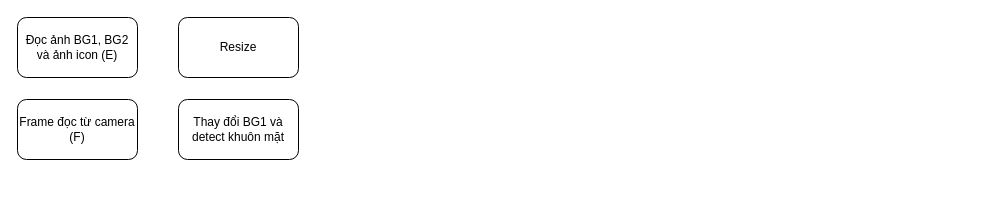
LENHUY200303/love keeps this draw.io diagram as Untitled Diagram.drawio. Above is the earlier version. Source tidied: cells renumbered, new cells numbered last; positions are measured from the earlier drawing's top-left corner, leaving out a move shared by most shapes. Both pictures are drawn from the tidied source at 100%, with x=0, y=0 at pixel (17, 17).
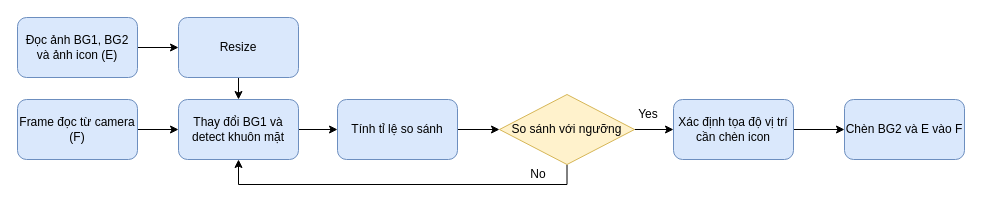
The same page after the edit.

What changed in the source:
```diff
@@
 <mxGraphModel>
   <root>
     <mxCell id="0" />
     <mxCell id="1" parent="0" />
+    <mxCell id="6" style="edgeStyle=orthogonalEdgeStyle;rounded=0;jettySize=auto;html=1;" parent="1" edge="1" source="2" target="5">
+      <mxGeometry relative="1" as="geometry" />
+    </mxCell>
-    <mxCell id="2" value="Frame đọc từ camera (F)" style="rounded=1;whiteSpace=wrap;html=1;" parent="1" vertex="1">
+    <mxCell id="2" value="Frame đọc từ camera (F)" style="rounded=1;whiteSpace=wrap;html=1;fillColor=#dae8fc;strokeColor=#6c8ebf;" parent="1" vertex="1">
       <mxGeometry y="82" width="120" height="60" as="geometry" />
     </mxCell>
+    <mxCell id="7" style="edgeStyle=orthogonalEdgeStyle;rounded=0;jettySize=auto;html=1;" parent="1" edge="1" source="3" target="4">
+      <mxGeometry relative="1" as="geometry" />
+    </mxCell>
-    <mxCell id="3" value="Đọc ảnh BG1, BG2 và ảnh icon (E)" style="rounded=1;whiteSpace=wrap;html=1;" parent="1" vertex="1">
+    <mxCell id="3" value="Đọc ảnh BG1, BG2 và ảnh icon (E)" style="rounded=1;whiteSpace=wrap;html=1;fillColor=#dae8fc;strokeColor=#6c8ebf;" parent="1" vertex="1">
       <mxGeometry width="120" height="60" as="geometry" />
     </mxCell>
+    <mxCell id="8" style="edgeStyle=orthogonalEdgeStyle;rounded=0;jettySize=auto;html=1;" parent="1" edge="1" source="4" target="5">
+      <mxGeometry relative="1" as="geometry" />
+    </mxCell>
-    <mxCell id="4" value="Resize" style="rounded=1;whiteSpace=wrap;html=1;" parent="1" vertex="1">
+    <mxCell id="4" value="Resize" style="rounded=1;whiteSpace=wrap;html=1;fillColor=#dae8fc;strokeColor=#6c8ebf;" parent="1" vertex="1">
       <mxGeometry x="161" width="120" height="60" as="geometry" />
     </mxCell>
+    <mxCell id="9" style="edgeStyle=orthogonalEdgeStyle;rounded=0;jettySize=auto;html=1;" parent="1" edge="1" source="5" target="11">
+      <mxGeometry relative="1" as="geometry" />
+    </mxCell>
-    <mxCell id="5" value="Thay đổi BG1 và detect khuôn mặt" style="rounded=1;whiteSpace=wrap;html=1;" parent="1" vertex="1">
+    <mxCell id="5" value="Thay đổi BG1 và detect khuôn mặt" style="rounded=1;whiteSpace=wrap;html=1;fillColor=#dae8fc;strokeColor=#6c8ebf;" parent="1" vertex="1">
       <mxGeometry x="161" y="82" width="120" height="60" as="geometry" />
     </mxCell>
+    <mxCell id="10" style="edgeStyle=orthogonalEdgeStyle;rounded=0;jettySize=auto;html=1;" parent="1" edge="1" source="11" target="14">
+      <mxGeometry relative="1" as="geometry" />
+    </mxCell>
+    <mxCell id="11" value="Tính tỉ lệ so sánh" style="rounded=1;whiteSpace=wrap;html=1;fillColor=#dae8fc;strokeColor=#6c8ebf;" parent="1" vertex="1">
+      <mxGeometry x="320" y="82" width="120" height="60" as="geometry" />
+    </mxCell>
+    <mxCell id="12" style="edgeStyle=orthogonalEdgeStyle;rounded=0;jettySize=auto;html=1;" parent="1" edge="1" source="14" target="16">
+      <mxGeometry relative="1" as="geometry" />
+    </mxCell>
+    <mxCell id="13" style="edgeStyle=orthogonalEdgeStyle;rounded=0;jettySize=auto;html=1;entryX=0.5;entryY=1;entryDx=0;entryDy=0;exitX=0.5;exitY=1;exitDx=0;exitDy=0;" parent="1" edge="1" source="14" target="5">
+      <mxGeometry relative="1" as="geometry" />
+    </mxCell>
+    <mxCell id="14" value="So sánh với ngưỡng" style="rhombus;whiteSpace=wrap;html=1;fillColor=#fff2cc;strokeColor=#d6b656;" parent="1" vertex="1">
+      <mxGeometry x="482" y="77" width="135" height="70" as="geometry" />
+    </mxCell>
+    <mxCell id="15" style="edgeStyle=orthogonalEdgeStyle;rounded=0;jettySize=auto;html=1;" parent="1" edge="1" source="16" target="17">
+      <mxGeometry relative="1" as="geometry" />
+    </mxCell>
+    <mxCell id="16" value="Xác định tọa độ vị trí cần chèn icon" style="rounded=1;whiteSpace=wrap;html=1;fillColor=#dae8fc;strokeColor=#6c8ebf;" parent="1" vertex="1">
+      <mxGeometry x="656" y="82" width="120" height="60" as="geometry" />
+    </mxCell>
+    <mxCell id="17" value="Chèn BG2 và E vào F" style="rounded=1;whiteSpace=wrap;html=1;fillColor=#dae8fc;strokeColor=#6c8ebf;" parent="1" vertex="1">
+      <mxGeometry x="827" y="82" width="120" height="60" as="geometry" />
+    </mxCell>
+    <mxCell id="18" value="Yes" style="text;html=1;strokeColor=none;fillColor=none;align=center;verticalAlign=middle;whiteSpace=wrap;rounded=0;" parent="1" vertex="1">
+      <mxGeometry x="601" y="82" width="60" height="30" as="geometry" />
+    </mxCell>
+    <mxCell id="19" value="No" style="text;html=1;strokeColor=none;fillColor=none;align=center;verticalAlign=middle;whiteSpace=wrap;rounded=0;" parent="1" vertex="1">
+      <mxGeometry x="491" y="142" width="60" height="30" as="geometry" />
+    </mxCell>
   </root>
 </mxGraphModel>
```
